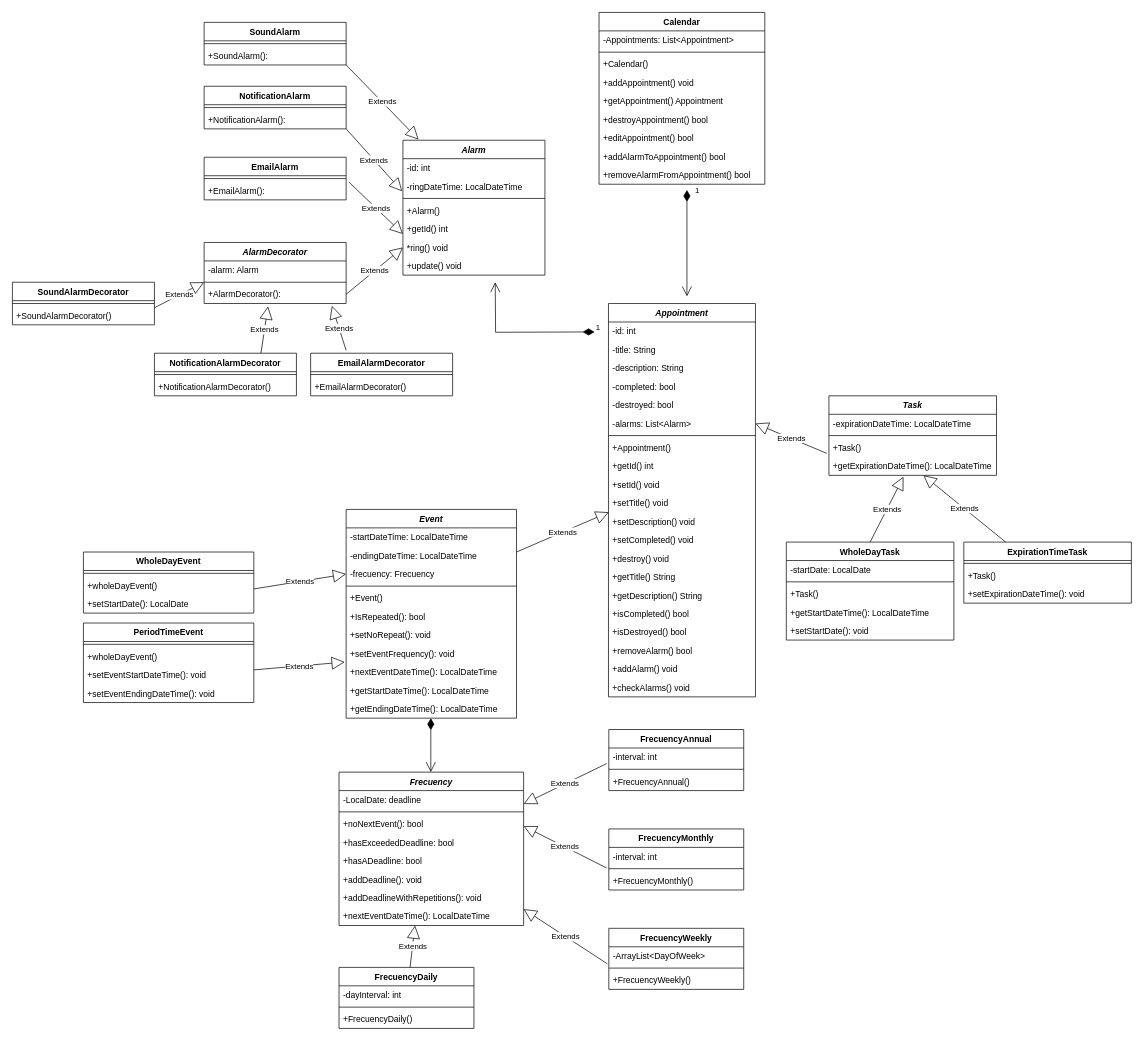
This is doc/UML-Calendar_Class_Diagram.drawio from gmenendez0/Calendar, a draw.io file, before an edit. Source tidied: cells renumbered, new cells numbered last; positions are measured from the earlier drawing's top-left corner, leaving out a move shared by most shapes. Both pictures are drawn from the tidied source at 71%, with x=0, y=0 at pixel (12, 12).
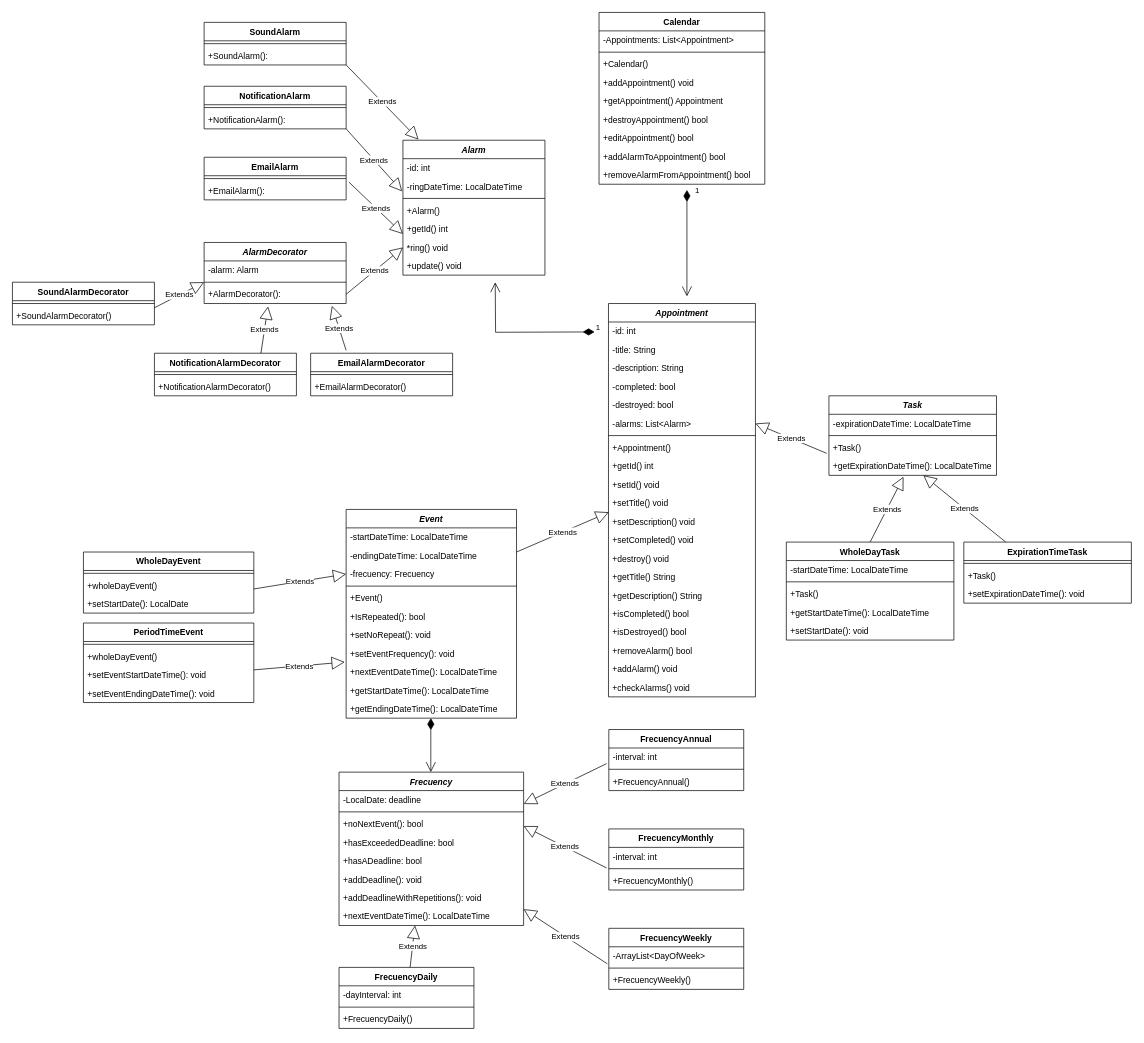
After the change.

Unchanged cells that the change refers to:
```xml
<mxCell id="89" value="WholeDayTask" style="swimlane;fontStyle=1;align=center;verticalAlign=top;horizontal=1;startSize=26;" parent="1" vertex="1">
  <mxGeometry x="1090" y="746" width="236" height="138" as="geometry" />
</mxCell>
```

What changed in the source:
```diff
@@
-    <mxCell id="90" value="-startDate: LocalDate" style="text;strokeColor=none;fillColor=none;align=left;verticalAlign=top;spacingLeft=4;spacingRight=4;overflow=hidden;" parent="89" vertex="1">
+    <mxCell id="90" value="-startDateTime: LocalDateTime" style="text;strokeColor=none;fillColor=none;align=left;verticalAlign=top;spacingLeft=4;spacingRight=4;overflow=hidden;" parent="89" vertex="1">
       <mxGeometry y="26" width="236" height="26" as="geometry" />
     </mxCell>
```
